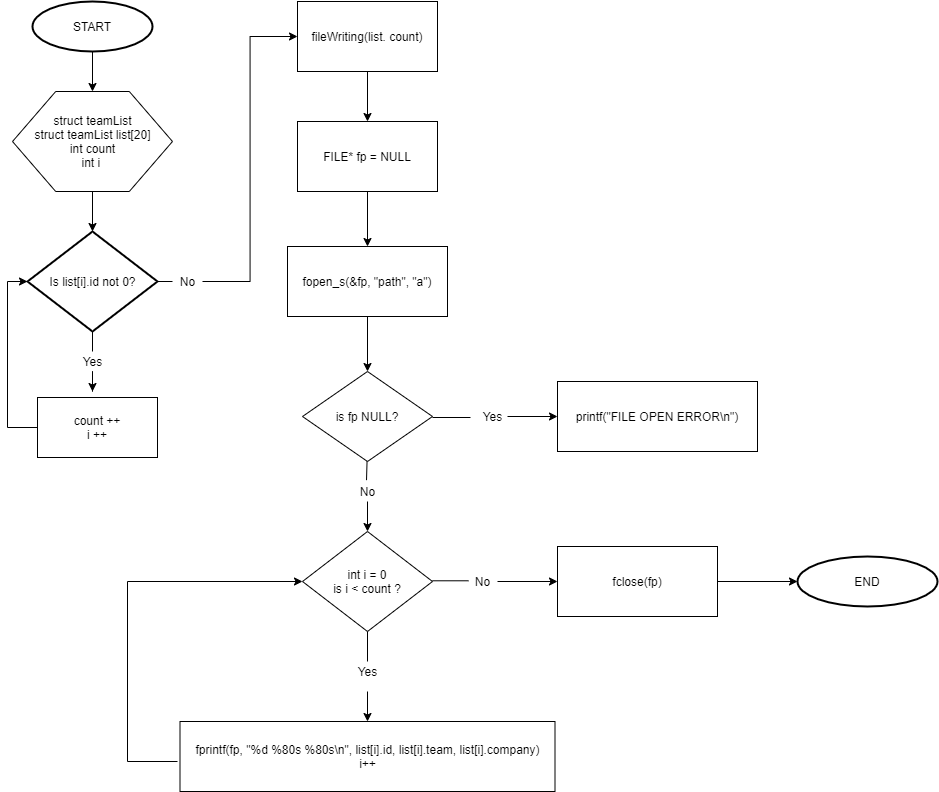
ksa-banana/C_Programming keeps this draw.io diagram as TeamProject_20200518/image/fileWriting_Function.png. Above is the earlier version. Source tidied: cells renumbered, new cells last; positions are measured from the earlier drawing's top-left corner, leaving out a move shared by most shapes.
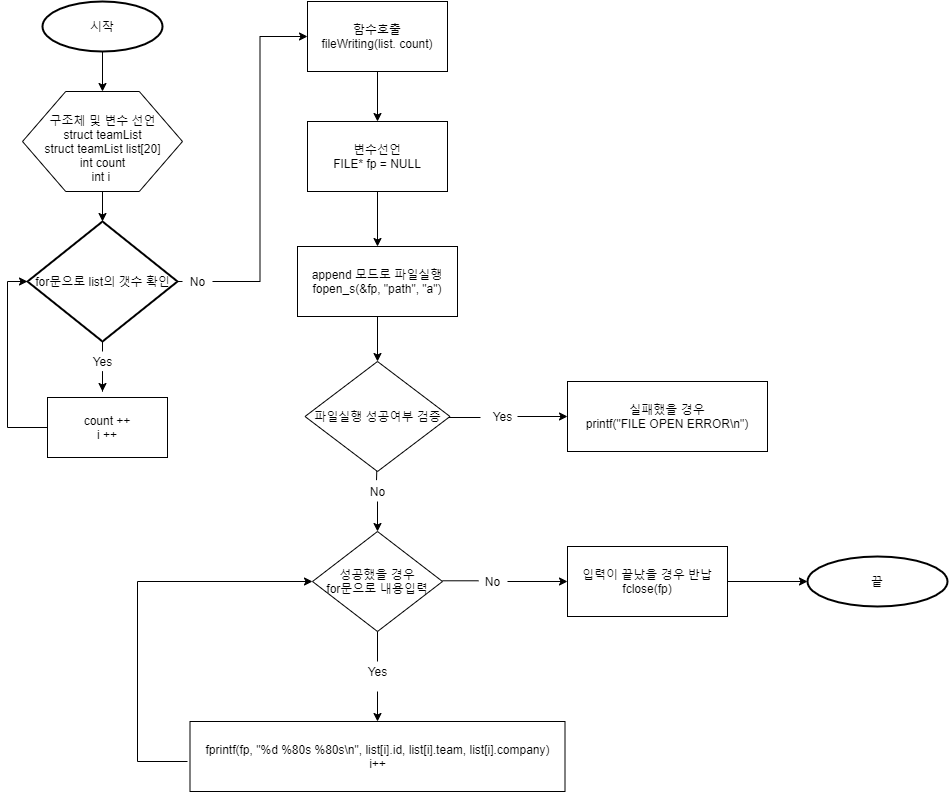
The same diagram one commit later.

Commit message:
Update Flow Chart fileReading, Writing 한글버전

Change to the diagram source:
```diff
@@ -5,7 +5,7 @@
     <mxCell id="2" style="edgeStyle=orthogonalEdgeStyle;rounded=0;jettySize=auto;html=1;entryX=0.5;entryY=0;entryDx=0;entryDy=0;" parent="1" edge="1" source="3" target="5">
       <mxGeometry relative="1" as="geometry" />
     </mxCell>
-    <mxCell id="3" value="START" style="strokeWidth=2;html=1;shape=mxgraph.flowchart.start_1;whiteSpace=wrap;" parent="1" vertex="1">
+    <mxCell id="3" value="시작" style="strokeWidth=2;html=1;shape=mxgraph.flowchart.start_1;whiteSpace=wrap;" parent="1" vertex="1">
       <mxGeometry x="20" width="120" height="50" as="geometry" />
     </mxCell>
     <mxCell id="4" style="edgeStyle=orthogonalEdgeStyle;rounded=0;jettySize=auto;html=1;" parent="1" edge="1" source="5" target="8">
@@ -14,8 +14,8 @@
     <mxCell id="5" style="verticalLabelPosition=bottom;verticalAlign=top;html=1;shape=hexagon;perimeter=hexagonPerimeter2;arcSize=6;size=0.27;" parent="1" vertex="1">
       <mxGeometry y="90" width="160" height="100" as="geometry" />
     </mxCell>
-    <mxCell id="6" value="struct teamList&lt;br&gt;struct teamList list[20]&lt;br&gt;int count&lt;br&gt;int i&amp;nbsp;" style="text;html=1;align=center;verticalAlign=middle;" parent="1" vertex="1">
-      <mxGeometry x="15" y="110" width="130" height="60" as="geometry" />
+    <mxCell id="6" value="&lt;br&gt;구조체 및 변수 선언&lt;br&gt;struct teamList&lt;br&gt;struct teamList list[20]&lt;br&gt;int count&lt;br&gt;int i&amp;nbsp;" style="text;html=1;align=center;verticalAlign=middle;" parent="1" vertex="1">
+      <mxGeometry x="15" y="95" width="130" height="90" as="geometry" />
     </mxCell>
     <mxCell id="7" style="edgeStyle=orthogonalEdgeStyle;rounded=0;jettySize=auto;html=1;" parent="1" edge="1" source="10">
       <mxGeometry relative="1" as="geometry">
@@ -23,10 +23,10 @@
       </mxGeometry>
     </mxCell>
     <mxCell id="8" style="strokeWidth=2;html=1;shape=mxgraph.flowchart.decision;whiteSpace=wrap;" parent="1" vertex="1">
-      <mxGeometry x="15" y="230" width="130" height="100" as="geometry" />
+      <mxGeometry x="5" y="220" width="150" height="120" as="geometry" />
     </mxCell>
-    <mxCell id="9" value="Is list[i].id not 0?" style="text;html=1;align=center;verticalAlign=middle;" parent="1" vertex="1">
-      <mxGeometry x="30" y="270" width="100" height="20" as="geometry" />
+    <mxCell id="9" value="for문으로 list의 갯수 확인" style="text;html=1;align=center;verticalAlign=middle;" parent="1" vertex="1">
+      <mxGeometry x="5" y="270" width="150" height="20" as="geometry" />
     </mxCell>
     <mxCell id="10" value="Yes" style="text;html=1;align=center;verticalAlign=middle;points=[];" parent="1" vertex="1">
       <mxGeometry x="65" y="350" width="30" height="20" as="geometry" />
@@ -56,21 +56,19 @@
     <mxCell id="17" style="edgeStyle=orthogonalEdgeStyle;rounded=0;jettySize=auto;html=1;" parent="1" edge="1" source="18" target="20">
       <mxGeometry relative="1" as="geometry" />
     </mxCell>
-    <mxCell id="18" value="&lt;span&gt;fileWriting(list. count)&lt;/span&gt;" style="rounded=0;whiteSpace=wrap;html=1;" parent="1" vertex="1">
+    <mxCell id="18" value="&lt;span&gt;함수호출&lt;br&gt;fileWriting(list. count)&lt;/span&gt;" style="rounded=0;whiteSpace=wrap;html=1;" parent="1" vertex="1">
       <mxGeometry x="285" width="140" height="70" as="geometry" />
     </mxCell>
     <mxCell id="19" style="edgeStyle=orthogonalEdgeStyle;rounded=0;jettySize=auto;html=1;" parent="1" edge="1" source="20" target="22">
       <mxGeometry relative="1" as="geometry" />
     </mxCell>
-    <mxCell id="20" value="FILE* fp = NULL" style="rounded=0;whiteSpace=wrap;html=1;" parent="1" vertex="1">
+    <mxCell id="20" value="변수선언&lt;br&gt;FILE* fp = NULL" style="rounded=0;whiteSpace=wrap;html=1;" parent="1" vertex="1">
       <mxGeometry x="285" y="120" width="140" height="70" as="geometry" />
     </mxCell>
-    <mxCell id="21" style="edgeStyle=orthogonalEdgeStyle;rounded=0;jettySize=auto;html=1;" parent="1" edge="1" source="22">
-      <mxGeometry relative="1" as="geometry">
-        <mxPoint x="355" y="370" as="targetPoint" />
-      </mxGeometry>
+    <mxCell id="21" style="edgeStyle=orthogonalEdgeStyle;rounded=0;jettySize=auto;html=1;entryX=0.5;entryY=0;entryDx=0;entryDy=0;" parent="1" edge="1" source="22" target="41">
+      <mxGeometry relative="1" as="geometry" />
     </mxCell>
-    <mxCell id="22" value="fopen_s(&amp;amp;fp, &quot;path&quot;, &quot;a&quot;)" style="rounded=0;whiteSpace=wrap;html=1;" parent="1" vertex="1">
+    <mxCell id="22" value="append 모드로 파일실행&lt;br&gt;fopen_s(&amp;amp;fp, &quot;path&quot;, &quot;a&quot;)" style="rounded=0;whiteSpace=wrap;html=1;" parent="1" vertex="1">
       <mxGeometry x="275" y="245" width="160" height="70" as="geometry" />
     </mxCell>
     <mxCell id="23" style="edgeStyle=orthogonalEdgeStyle;rounded=0;jettySize=auto;html=1;entryX=0;entryY=0.5;entryDx=0;entryDy=0;" parent="1" edge="1" target="42">
@@ -88,10 +86,10 @@
     <mxCell id="25" style="edgeStyle=orthogonalEdgeStyle;rounded=0;jettySize=auto;html=1;" parent="1" edge="1" source="26" target="40">
       <mxGeometry relative="1" as="geometry" />
     </mxCell>
-    <mxCell id="26" value="fclose(fp)" style="rounded=0;whiteSpace=wrap;html=1;" parent="1" vertex="1">
+    <mxCell id="26" value="입력이 끝났을 경우 반납&lt;br&gt;fclose(fp)" style="rounded=0;whiteSpace=wrap;html=1;" parent="1" vertex="1">
       <mxGeometry x="545" y="545" width="160" height="70" as="geometry" />
     </mxCell>
-    <mxCell id="27" value="printf(&quot;FILE OPEN ERROR\n&quot;)" style="rounded=0;whiteSpace=wrap;html=1;" parent="1" vertex="1">
+    <mxCell id="27" value="실패했을 경우&lt;br&gt;printf(&quot;FILE OPEN ERROR\n&quot;)" style="rounded=0;whiteSpace=wrap;html=1;" parent="1" vertex="1">
       <mxGeometry x="545" y="380" width="200" height="70" as="geometry" />
     </mxCell>
     <mxCell id="28" style="edgeStyle=orthogonalEdgeStyle;rounded=0;jettySize=auto;html=1;" parent="1" edge="1" source="29" target="27">
@@ -144,13 +142,13 @@
         <mxPoint x="456" y="579.3" as="targetPoint" />
       </mxGeometry>
     </mxCell>
-    <mxCell id="40" value="END" style="strokeWidth=2;html=1;shape=mxgraph.flowchart.start_1;whiteSpace=wrap;" parent="1" vertex="1">
+    <mxCell id="40" value="끝" style="strokeWidth=2;html=1;shape=mxgraph.flowchart.start_1;whiteSpace=wrap;" parent="1" vertex="1">
       <mxGeometry x="785" y="555" width="140" height="50" as="geometry" />
     </mxCell>
-    <mxCell id="41" value="&lt;span&gt;is fp NULL?&lt;/span&gt;" style="rhombus;whiteSpace=wrap;html=1;" parent="1" vertex="1">
-      <mxGeometry x="290" y="370" width="130" height="90" as="geometry" />
+    <mxCell id="41" value="&lt;span&gt;파일실행 성공여부 검증&lt;/span&gt;" style="rhombus;whiteSpace=wrap;html=1;" parent="1" vertex="1">
+      <mxGeometry x="282.5" y="360" width="145" height="110" as="geometry" />
     </mxCell>
-    <mxCell id="42" value="&lt;span&gt;int i = 0&lt;/span&gt;&lt;br&gt;&lt;span&gt;is i &amp;lt; count ?&lt;/span&gt;" style="rhombus;whiteSpace=wrap;html=1;" parent="1" vertex="1">
+    <mxCell id="42" value="&lt;span&gt;성공했을 경우&lt;br&gt;for문으로 내용입력&lt;br&gt;&lt;/span&gt;" style="rhombus;whiteSpace=wrap;html=1;" parent="1" vertex="1">
       <mxGeometry x="290" y="530" width="130" height="100" as="geometry" />
     </mxCell>
   </root>
```
